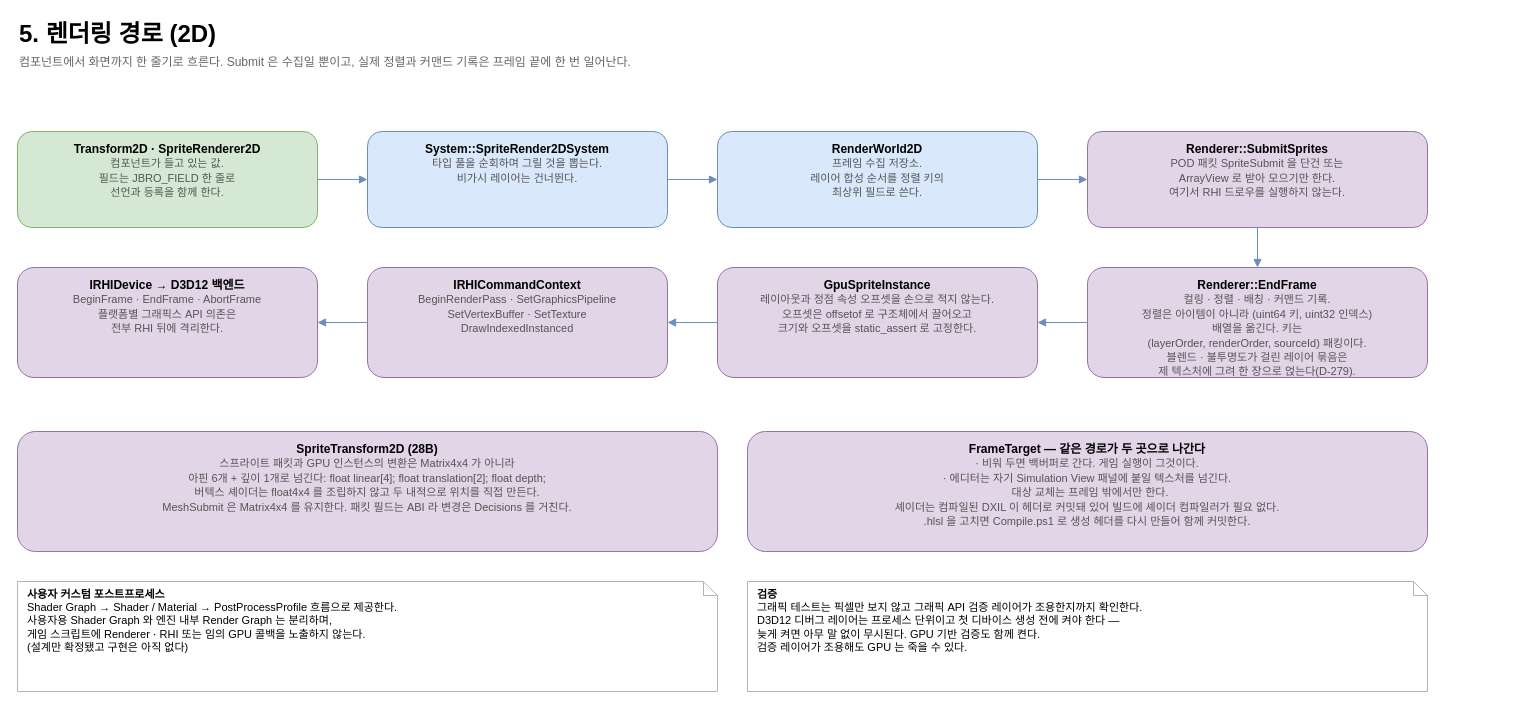
Above: page "5. 렌더링 경로 (2D)" (5 of 6) of docs/JBroEngine.drawio.xml in taku7664/JBroEngine (draw.io), before the change. Source tidied: cells renumbered, new cells numbered last; positions are measured from the earlier drawing's top-left corner, leaving out a move shared by most shapes. Both pictures are drawn from the tidied source at 100%, with x=0, y=0 at pixel (17, 17).
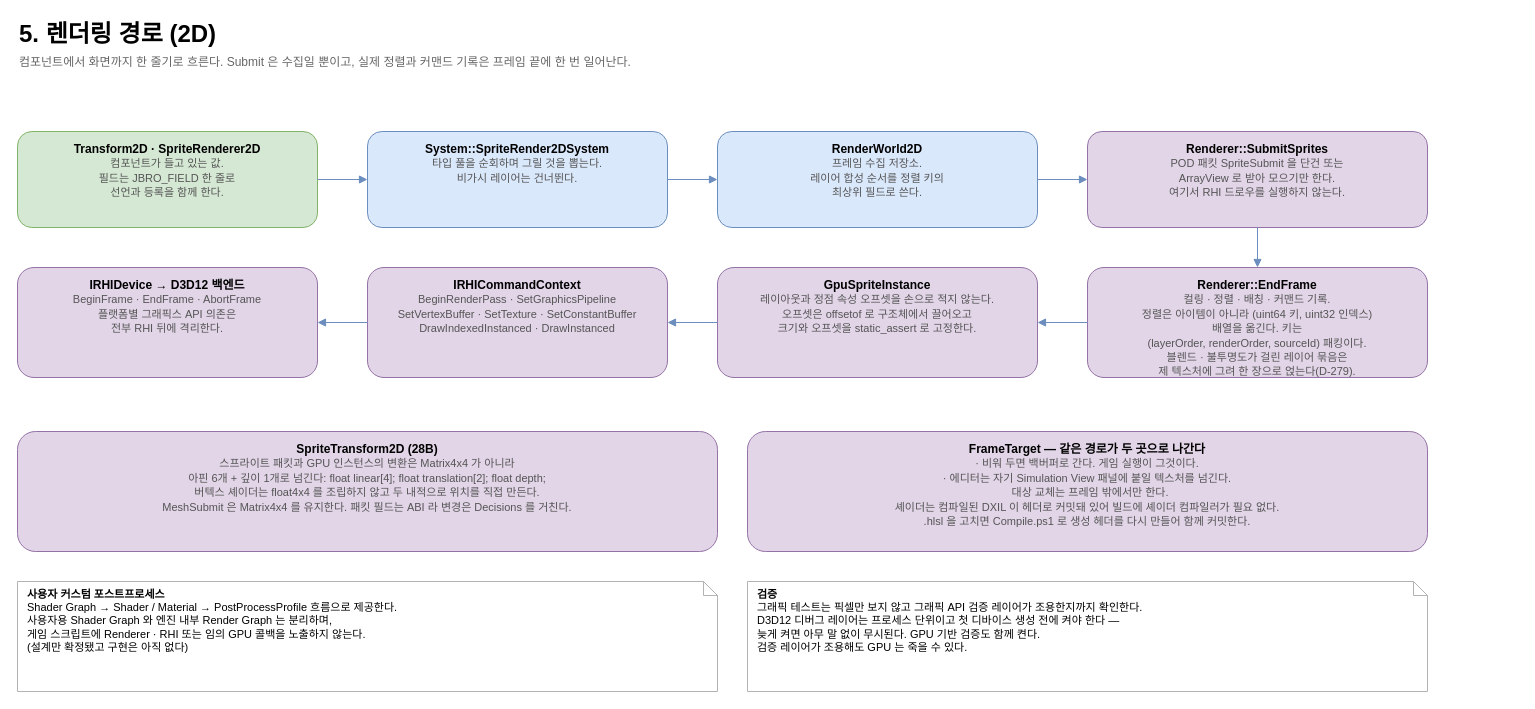
Above is the later version.

Change to the diagram source:
```diff
@@
-    <mxCell id="10" value="&lt;b&gt;IRHICommandContext&lt;/b&gt;&lt;br&gt;&lt;font color=&quot;#555555&quot; style=&quot;font-size:11px&quot;&gt;BeginRenderPass · SetGraphicsPipeline&lt;br&gt;SetVertexBuffer · SetTexture&lt;br&gt;DrawIndexedInstanced&lt;/font&gt;" style="rounded=1;whiteSpace=wrap;html=1;fontSize=12;verticalAlign=top;spacingTop=4;fillColor=#e1d5e7;strokeColor=#9673a6;" parent="1" vertex="1">
+    <mxCell id="10" value="&lt;b&gt;IRHICommandContext&lt;/b&gt;&lt;br&gt;&lt;font color=&quot;#555555&quot; style=&quot;font-size:11px&quot;&gt;BeginRenderPass · SetGraphicsPipeline&lt;br&gt;SetVertexBuffer · SetTexture · SetConstantBuffer&lt;br&gt;DrawIndexedInstanced · DrawInstanced&lt;/font&gt;" style="rounded=1;whiteSpace=wrap;html=1;fontSize=12;verticalAlign=top;spacingTop=4;fillColor=#e1d5e7;strokeColor=#9673a6;" parent="1" vertex="1">
       <mxGeometry x="350" y="250" width="300" height="110" as="geometry" />
     </mxCell>
```
